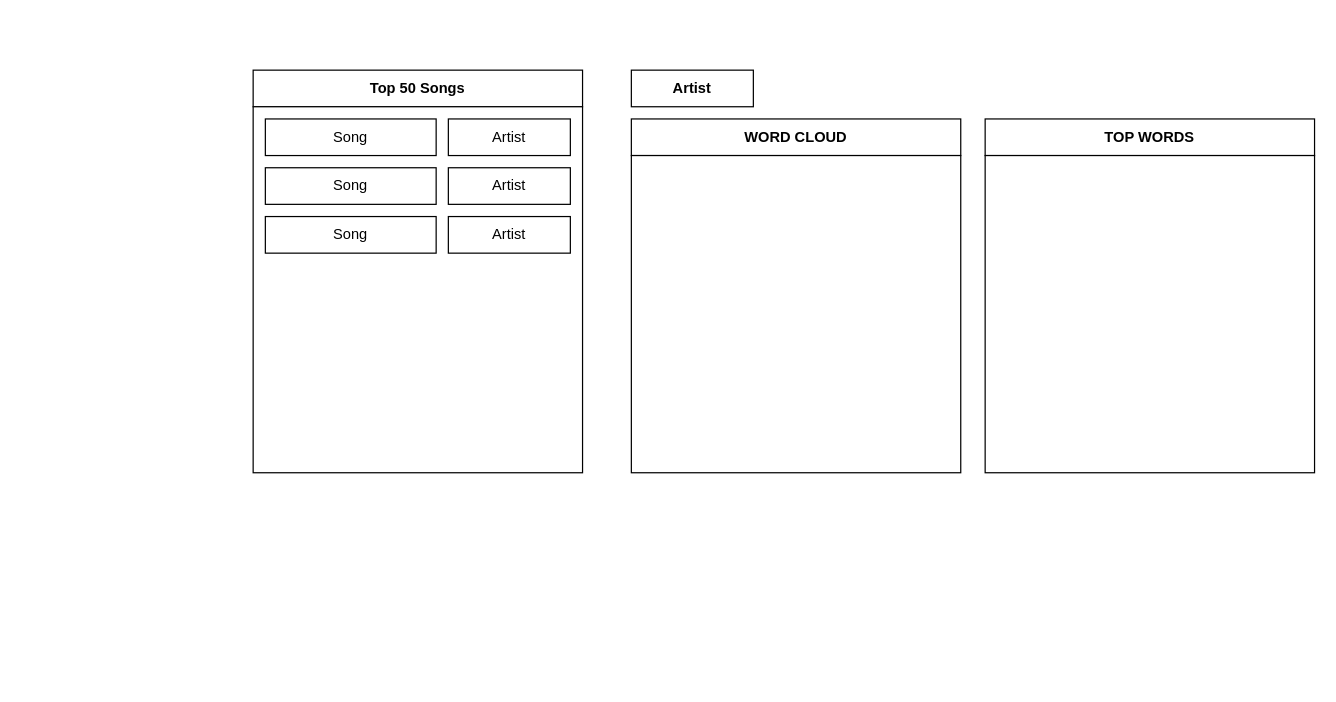
The draw.io diagram 04_dashboard/dashboard_uiux.drawio in holistudio/spotify_dash, before the edit. Source tidied: cells renumbered, new cells numbered last; positions are measured from the earlier drawing's top-left corner, leaving out a move shared by most shapes. Both pictures are drawn from the tidied source at 122%, with x=0, y=0 at pixel (253, 70).
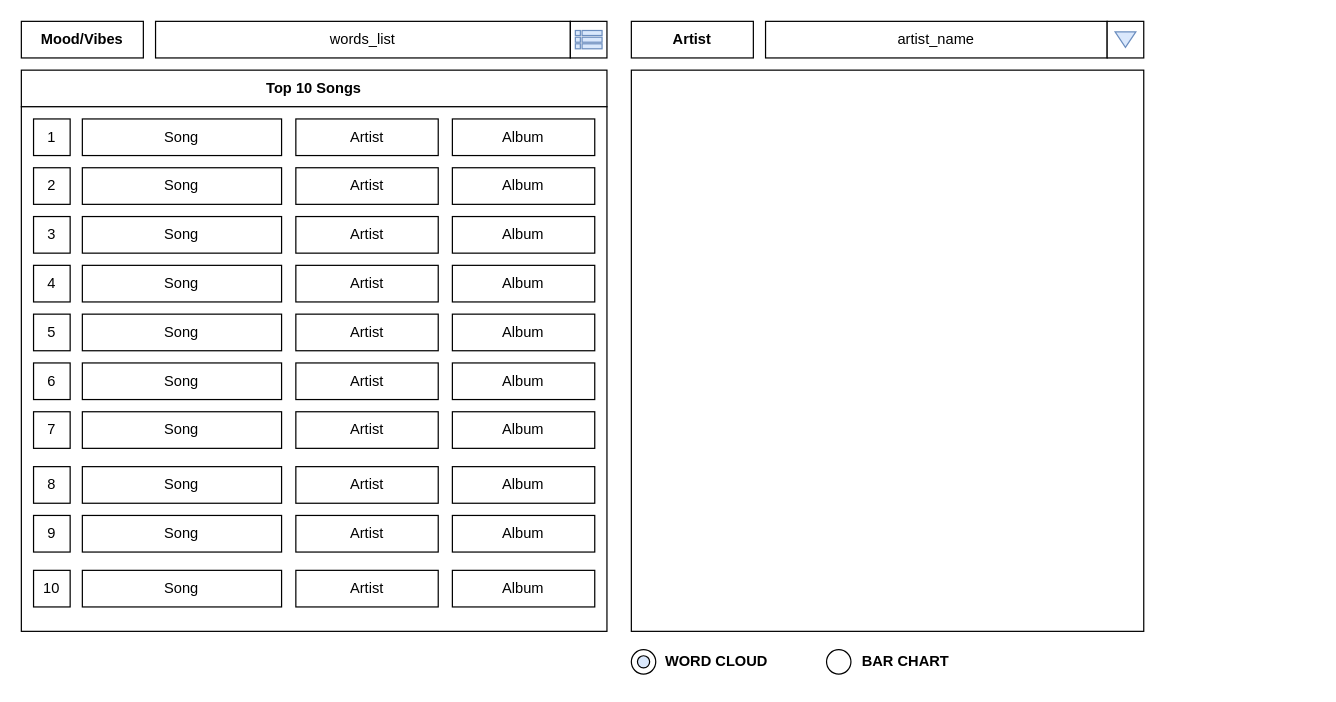
After the change.

What changed in the source:
```diff
@@
-    <mxCell id="2" value="Top 50 Songs" style="rounded=0;whiteSpace=wrap;html=1;fontStyle=1;" parent="1" vertex="1">
-      <mxGeometry width="270" height="30" as="geometry" />
+    <mxCell id="2" value="Top 10 Songs" style="rounded=0;whiteSpace=wrap;html=1;fontStyle=1;" parent="1" vertex="1">
+      <mxGeometry x="-190" width="480" height="30" as="geometry" />
     </mxCell>
     <mxCell id="3" style="rounded=0;whiteSpace=wrap;html=1;" parent="1" vertex="1">
-      <mxGeometry y="30" width="270" height="300" as="geometry" />
+      <mxGeometry x="-190" y="30" width="480" height="430" as="geometry" />
     </mxCell>
+    <mxCell id="10" value="Artist" style="rounded=0;whiteSpace=wrap;html=1;fontStyle=1;" parent="1" vertex="1">
+      <mxGeometry x="310" y="-40" width="100" height="30" as="geometry" />
+    </mxCell>
+    <mxCell id="12" style="rounded=0;whiteSpace=wrap;html=1;" parent="1" vertex="1">
+      <mxGeometry x="310" width="420" height="460" as="geometry" />
+    </mxCell>
+    <mxCell id="15" style="ellipse;whiteSpace=wrap;html=1;" parent="1" vertex="1">
+      <mxGeometry x="310" y="475" width="20" height="20" as="geometry" />
+    </mxCell>
+    <mxCell id="11" value="WORD CLOUD" style="rounded=0;whiteSpace=wrap;html=1;fontStyle=1;fillColor=none;strokeColor=none;" parent="1" vertex="1">
+      <mxGeometry x="330" y="470" width="100" height="30" as="geometry" />
+    </mxCell>
+    <mxCell id="16" style="ellipse;whiteSpace=wrap;html=1;" parent="1" vertex="1">
+      <mxGeometry x="470" y="475" width="20" height="20" as="geometry" />
+    </mxCell>
+    <mxCell id="17" value="BAR CHART" style="rounded=0;whiteSpace=wrap;html=1;fontStyle=1;fillColor=none;strokeColor=none;" parent="1" vertex="1">
+      <mxGeometry x="490" y="470" width="90" height="30" as="geometry" />
+    </mxCell>
+    <mxCell id="18" value="1" style="rounded=0;whiteSpace=wrap;html=1;" parent="1" vertex="1">
+      <mxGeometry x="-180" y="40" width="30" height="30" as="geometry" />
+    </mxCell>
+    <mxCell id="19" style="ellipse;whiteSpace=wrap;html=1;fillColor=#dae8fc;strokeColor=default;" parent="1" vertex="1">
+      <mxGeometry x="315" y="480" width="10" height="10" as="geometry" />
+    </mxCell>
+    <mxCell id="20" value="artist_name" style="rounded=0;whiteSpace=wrap;html=1;" parent="1" vertex="1">
+      <mxGeometry x="420" y="-40" width="280" height="30" as="geometry" />
+    </mxCell>
+    <mxCell id="21" value="Mood/Vibes" style="rounded=0;whiteSpace=wrap;html=1;fontStyle=1;" parent="1" vertex="1">
+      <mxGeometry x="-190" y="-40" width="100" height="30" as="geometry" />
+    </mxCell>
+    <mxCell id="22" value="words_list" style="rounded=0;whiteSpace=wrap;html=1;" parent="1" vertex="1">
+      <mxGeometry x="-80" y="-40" width="340" height="30" as="geometry" />
+    </mxCell>
+    <mxCell id="23" style="whiteSpace=wrap;html=1;" parent="1" vertex="1">
+      <mxGeometry x="700" y="-40" width="30" height="30" as="geometry" />
+    </mxCell>
+    <mxCell id="24" style="triangle;whiteSpace=wrap;html=1;strokeColor=#6c8ebf;fillColor=#dae8fc;rotation=90;" parent="1" vertex="1">
+      <mxGeometry x="708.6" y="-33.5" width="12.8" height="17" as="geometry" />
+    </mxCell>
     <mxCell id="4" value="Song" style="rounded=0;whiteSpace=wrap;html=1;" parent="1" vertex="1">
-      <mxGeometry x="10" y="40" width="140" height="30" as="geometry" />
+      <mxGeometry x="-140" y="40" width="163.3" height="30" as="geometry" />
     </mxCell>
     <mxCell id="5" value="Artist" style="rounded=0;whiteSpace=wrap;html=1;" parent="1" vertex="1">
-      <mxGeometry x="160" y="40" width="100" height="30" as="geometry" />
+      <mxGeometry x="35" y="40" width="116.7" height="30" as="geometry" />
     </mxCell>
-    <mxCell id="6" value="Song" style="rounded=0;whiteSpace=wrap;html=1;" parent="1" vertex="1">
-      <mxGeometry x="10" y="80" width="140" height="30" as="geometry" />
-    </mxCell>
-    <mxCell id="7" value="Artist" style="rounded=0;whiteSpace=wrap;html=1;" parent="1" vertex="1">
-      <mxGeometry x="160" y="80" width="100" height="30" as="geometry" />
-    </mxCell>
-    <mxCell id="8" value="Song" style="rounded=0;whiteSpace=wrap;html=1;" parent="1" vertex="1">
-      <mxGeometry x="10" y="120" width="140" height="30" as="geometry" />
-    </mxCell>
-    <mxCell id="9" value="Artist" style="rounded=0;whiteSpace=wrap;html=1;" parent="1" vertex="1">
-      <mxGeometry x="160" y="120" width="100" height="30" as="geometry" />
-    </mxCell>
-    <mxCell id="10" value="Artist" style="rounded=0;whiteSpace=wrap;html=1;fontStyle=1;" parent="1" vertex="1">
-      <mxGeometry x="310" width="100" height="30" as="geometry" />
-    </mxCell>
-    <mxCell id="11" value="WORD CLOUD" style="rounded=0;whiteSpace=wrap;html=1;fontStyle=1;" parent="1" vertex="1">
-      <mxGeometry x="310" y="40" width="270" height="30" as="geometry" />
-    </mxCell>
-    <mxCell id="12" style="rounded=0;whiteSpace=wrap;html=1;" parent="1" vertex="1">
-      <mxGeometry x="310" y="70" width="270" height="260" as="geometry" />
-    </mxCell>
-    <mxCell id="13" value="TOP WORDS" style="rounded=0;whiteSpace=wrap;html=1;fontStyle=1;" parent="1" vertex="1">
-      <mxGeometry x="600" y="40" width="270" height="30" as="geometry" />
-    </mxCell>
-    <mxCell id="14" style="rounded=0;whiteSpace=wrap;html=1;" parent="1" vertex="1">
-      <mxGeometry x="600" y="70" width="270" height="260" as="geometry" />
-    </mxCell>
+    <mxCell id="25" value="Album" style="rounded=0;whiteSpace=wrap;html=1;" parent="1" vertex="1">
+      <mxGeometry x="163.3" y="40" width="116.7" height="30" as="geometry" />
+    </mxCell>
+    <mxCell id="26" value="2" style="rounded=0;whiteSpace=wrap;html=1;" parent="1" vertex="1">
+      <mxGeometry x="-180" y="80" width="30" height="30" as="geometry" />
+    </mxCell>
+    <mxCell id="27" value="Song" style="rounded=0;whiteSpace=wrap;html=1;" parent="1" vertex="1">
+      <mxGeometry x="-140" y="80" width="163.3" height="30" as="geometry" />
+    </mxCell>
+    <mxCell id="28" value="Artist" style="rounded=0;whiteSpace=wrap;html=1;" parent="1" vertex="1">
+      <mxGeometry x="35" y="80" width="116.7" height="30" as="geometry" />
+    </mxCell>
+    <mxCell id="29" value="Album" style="rounded=0;whiteSpace=wrap;html=1;" parent="1" vertex="1">
+      <mxGeometry x="163.3" y="80" width="116.7" height="30" as="geometry" />
+    </mxCell>
+    <mxCell id="30" value="3" style="rounded=0;whiteSpace=wrap;html=1;" parent="1" vertex="1">
+      <mxGeometry x="-180" y="120" width="30" height="30" as="geometry" />
+    </mxCell>
+    <mxCell id="31" value="Song" style="rounded=0;whiteSpace=wrap;html=1;" parent="1" vertex="1">
+      <mxGeometry x="-140" y="120" width="163.3" height="30" as="geometry" />
+    </mxCell>
+    <mxCell id="32" value="Artist" style="rounded=0;whiteSpace=wrap;html=1;" parent="1" vertex="1">
+      <mxGeometry x="35" y="120" width="116.7" height="30" as="geometry" />
+    </mxCell>
+    <mxCell id="33" value="Album" style="rounded=0;whiteSpace=wrap;html=1;" parent="1" vertex="1">
+      <mxGeometry x="163.3" y="120" width="116.7" height="30" as="geometry" />
+    </mxCell>
+    <mxCell id="34" value="4" style="rounded=0;whiteSpace=wrap;html=1;" parent="1" vertex="1">
+      <mxGeometry x="-180" y="160" width="30" height="30" as="geometry" />
+    </mxCell>
+    <mxCell id="35" value="Song" style="rounded=0;whiteSpace=wrap;html=1;" parent="1" vertex="1">
+      <mxGeometry x="-140" y="160" width="163.3" height="30" as="geometry" />
+    </mxCell>
+    <mxCell id="36" value="Artist" style="rounded=0;whiteSpace=wrap;html=1;" parent="1" vertex="1">
+      <mxGeometry x="35" y="160" width="116.7" height="30" as="geometry" />
+    </mxCell>
+    <mxCell id="37" value="Album" style="rounded=0;whiteSpace=wrap;html=1;" parent="1" vertex="1">
+      <mxGeometry x="163.3" y="160" width="116.7" height="30" as="geometry" />
+    </mxCell>
+    <mxCell id="38" value="5" style="rounded=0;whiteSpace=wrap;html=1;" parent="1" vertex="1">
+      <mxGeometry x="-180" y="200" width="30" height="30" as="geometry" />
+    </mxCell>
+    <mxCell id="39" value="Song" style="rounded=0;whiteSpace=wrap;html=1;" parent="1" vertex="1">
+      <mxGeometry x="-140" y="200" width="163.3" height="30" as="geometry" />
+    </mxCell>
+    <mxCell id="40" value="Artist" style="rounded=0;whiteSpace=wrap;html=1;" parent="1" vertex="1">
+      <mxGeometry x="35" y="200" width="116.7" height="30" as="geometry" />
+    </mxCell>
+    <mxCell id="41" value="Album" style="rounded=0;whiteSpace=wrap;html=1;" parent="1" vertex="1">
+      <mxGeometry x="163.3" y="200" width="116.7" height="30" as="geometry" />
+    </mxCell>
+    <mxCell id="42" value="6" style="rounded=0;whiteSpace=wrap;html=1;" parent="1" vertex="1">
+      <mxGeometry x="-180" y="240" width="30" height="30" as="geometry" />
+    </mxCell>
+    <mxCell id="43" value="Song" style="rounded=0;whiteSpace=wrap;html=1;" parent="1" vertex="1">
+      <mxGeometry x="-140" y="240" width="163.3" height="30" as="geometry" />
+    </mxCell>
+    <mxCell id="44" value="Artist" style="rounded=0;whiteSpace=wrap;html=1;" parent="1" vertex="1">
+      <mxGeometry x="35" y="240" width="116.7" height="30" as="geometry" />
+    </mxCell>
+    <mxCell id="45" value="Album" style="rounded=0;whiteSpace=wrap;html=1;" parent="1" vertex="1">
+      <mxGeometry x="163.3" y="240" width="116.7" height="30" as="geometry" />
+    </mxCell>
+    <mxCell id="46" value="7" style="rounded=0;whiteSpace=wrap;html=1;" parent="1" vertex="1">
+      <mxGeometry x="-180" y="280" width="30" height="30" as="geometry" />
+    </mxCell>
+    <mxCell id="47" value="Song" style="rounded=0;whiteSpace=wrap;html=1;" parent="1" vertex="1">
+      <mxGeometry x="-140" y="280" width="163.3" height="30" as="geometry" />
+    </mxCell>
+    <mxCell id="48" value="Artist" style="rounded=0;whiteSpace=wrap;html=1;" parent="1" vertex="1">
+      <mxGeometry x="35" y="280" width="116.7" height="30" as="geometry" />
+    </mxCell>
+    <mxCell id="49" value="Album" style="rounded=0;whiteSpace=wrap;html=1;" parent="1" vertex="1">
+      <mxGeometry x="163.3" y="280" width="116.7" height="30" as="geometry" />
+    </mxCell>
+    <mxCell id="50" value="8" style="rounded=0;whiteSpace=wrap;html=1;" parent="1" vertex="1">
+      <mxGeometry x="-180" y="325" width="30" height="30" as="geometry" />
+    </mxCell>
+    <mxCell id="51" value="Song" style="rounded=0;whiteSpace=wrap;html=1;" parent="1" vertex="1">
+      <mxGeometry x="-140" y="325" width="163.3" height="30" as="geometry" />
+    </mxCell>
+    <mxCell id="52" value="Artist" style="rounded=0;whiteSpace=wrap;html=1;" parent="1" vertex="1">
+      <mxGeometry x="35" y="325" width="116.7" height="30" as="geometry" />
+    </mxCell>
+    <mxCell id="53" value="Album" style="rounded=0;whiteSpace=wrap;html=1;" parent="1" vertex="1">
+      <mxGeometry x="163.3" y="325" width="116.7" height="30" as="geometry" />
+    </mxCell>
+    <mxCell id="54" value="9" style="rounded=0;whiteSpace=wrap;html=1;" parent="1" vertex="1">
+      <mxGeometry x="-180" y="365" width="30" height="30" as="geometry" />
+    </mxCell>
+    <mxCell id="55" value="Song" style="rounded=0;whiteSpace=wrap;html=1;" parent="1" vertex="1">
+      <mxGeometry x="-140" y="365" width="163.3" height="30" as="geometry" />
+    </mxCell>
+    <mxCell id="56" value="Artist" style="rounded=0;whiteSpace=wrap;html=1;" parent="1" vertex="1">
+      <mxGeometry x="35" y="365" width="116.7" height="30" as="geometry" />
+    </mxCell>
+    <mxCell id="57" value="Album" style="rounded=0;whiteSpace=wrap;html=1;" parent="1" vertex="1">
+      <mxGeometry x="163.3" y="365" width="116.7" height="30" as="geometry" />
+    </mxCell>
+    <mxCell id="58" value="10" style="rounded=0;whiteSpace=wrap;html=1;" parent="1" vertex="1">
+      <mxGeometry x="-180" y="410" width="30" height="30" as="geometry" />
+    </mxCell>
+    <mxCell id="59" value="Song" style="rounded=0;whiteSpace=wrap;html=1;" parent="1" vertex="1">
+      <mxGeometry x="-140" y="410" width="163.3" height="30" as="geometry" />
+    </mxCell>
+    <mxCell id="60" value="Artist" style="rounded=0;whiteSpace=wrap;html=1;" parent="1" vertex="1">
+      <mxGeometry x="35" y="410" width="116.7" height="30" as="geometry" />
+    </mxCell>
+    <mxCell id="61" value="Album" style="rounded=0;whiteSpace=wrap;html=1;" parent="1" vertex="1">
+      <mxGeometry x="163.3" y="410" width="116.7" height="30" as="geometry" />
+    </mxCell>
+    <mxCell id="62" style="group;" parent="1" vertex="1">
+      <mxGeometry x="260" y="-40" width="30" height="30" as="geometry" />
+    </mxCell>
+    <mxCell id="63" style="whiteSpace=wrap;html=1;" parent="62" vertex="1">
+      <mxGeometry width="30" height="30" as="geometry" />
+    </mxCell>
+    <mxCell id="64" style="group;" parent="62" vertex="1">
+      <mxGeometry x="4.1" y="7.5" width="21.8" height="15" as="geometry" />
+    </mxCell>
+    <mxCell id="65" style="whiteSpace=wrap;html=1;fillColor=#dae8fc;strokeColor=#6c8ebf;" parent="64" vertex="1">
+      <mxGeometry width="4.1" height="4.1" as="geometry" />
+    </mxCell>
+    <mxCell id="66" style="rounded=0;whiteSpace=wrap;html=1;strokeColor=#6c8ebf;fillColor=#dae8fc;" parent="64" vertex="1">
+      <mxGeometry x="5.5" width="16.4" height="4.1" as="geometry" />
+    </mxCell>
+    <mxCell id="67" style="rounded=0;whiteSpace=wrap;html=1;strokeColor=#6c8ebf;fillColor=#dae8fc;" parent="64" vertex="1">
+      <mxGeometry x="5.5" y="5.5" width="16.4" height="4.1" as="geometry" />
+    </mxCell>
+    <mxCell id="68" style="whiteSpace=wrap;html=1;fillColor=#dae8fc;strokeColor=#6c8ebf;" parent="64" vertex="1">
+      <mxGeometry y="5.5" width="4.1" height="4.1" as="geometry" />
+    </mxCell>
+    <mxCell id="69" style="rounded=0;whiteSpace=wrap;html=1;strokeColor=#6c8ebf;fillColor=#dae8fc;" parent="64" vertex="1">
+      <mxGeometry x="5.5" y="10.9" width="16.4" height="4.1" as="geometry" />
+    </mxCell>
+    <mxCell id="70" style="whiteSpace=wrap;html=1;fillColor=#dae8fc;strokeColor=#6c8ebf;" parent="64" vertex="1">
+      <mxGeometry y="10.9" width="4.1" height="4.1" as="geometry" />
+    </mxCell>
```
